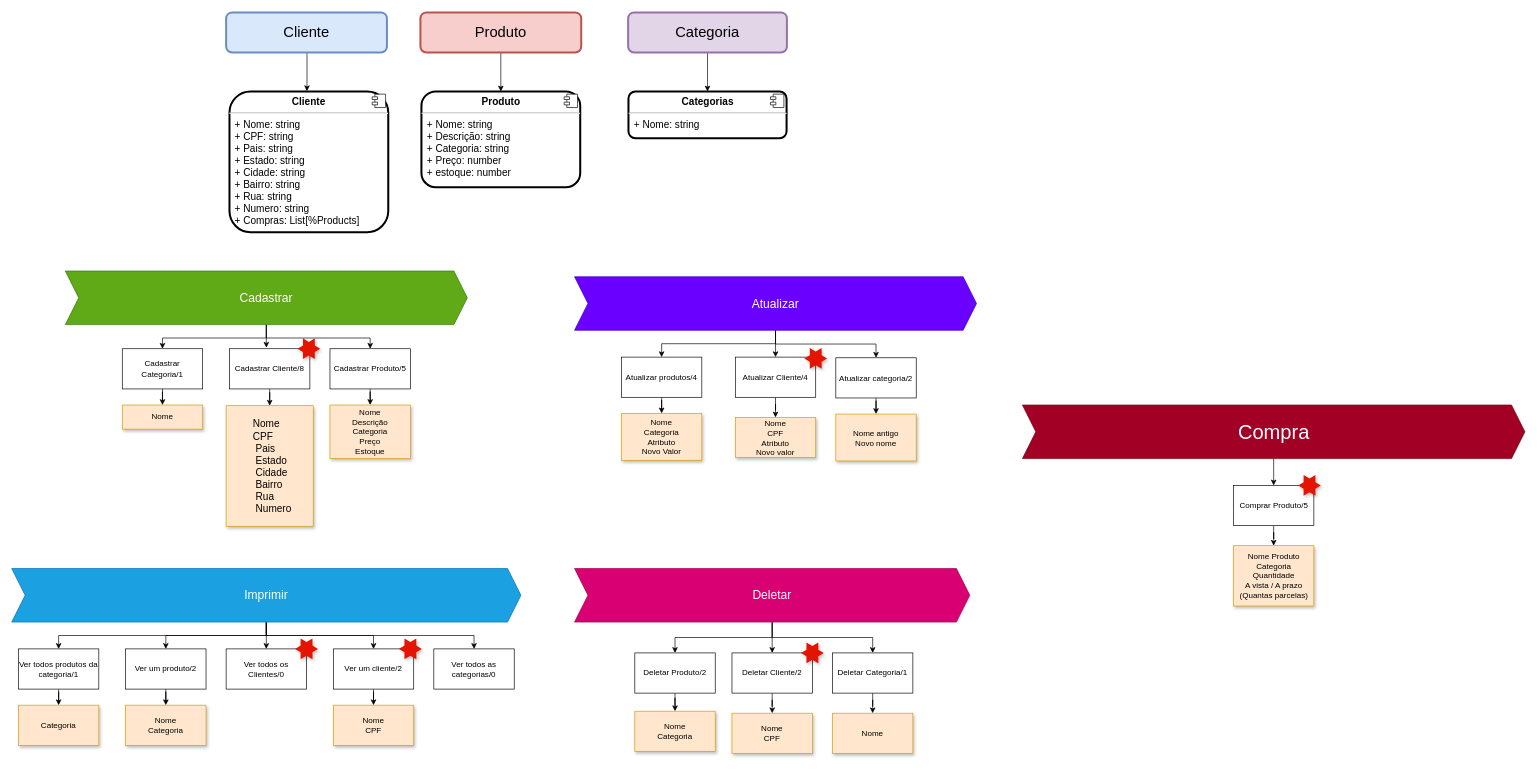
marlon-Symczecym/mini-ecommerce keeps this draw.io diagram as UML/project.drawio. Above is the earlier version. Source tidied: cells renumbered, new cells numbered last; positions are measured from the earlier drawing's top-left corner, leaving out a move shared by most shapes. Both pictures are drawn from the tidied source at 67%, with x=0, y=0 at pixel (11, 12).
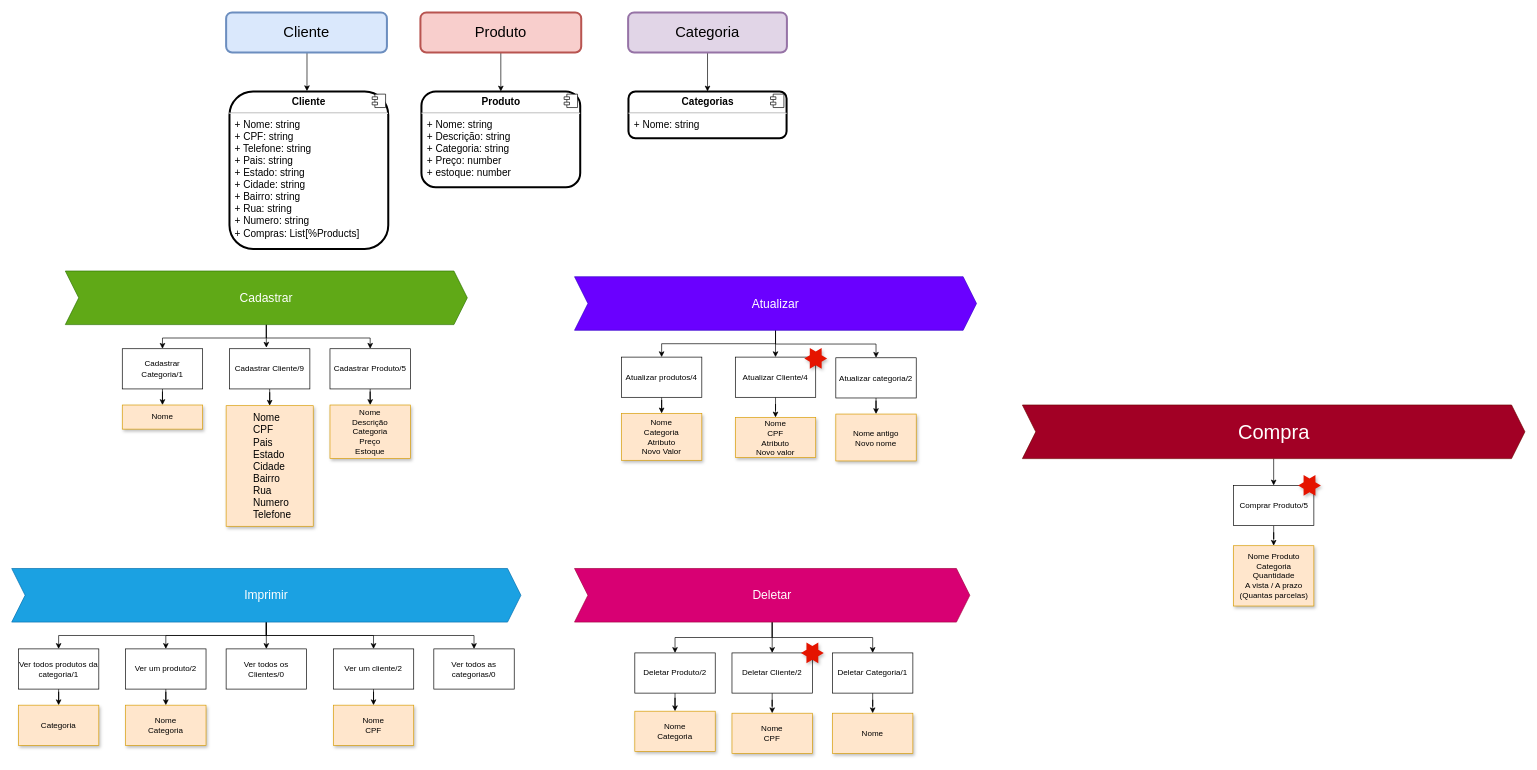
After the change.

The edit, as a diff of the source:
```diff
@@
-    <mxCell id="4" value="&lt;p style=&quot;margin: 6px 0px 0px ; text-align: center ; font-size: 15px&quot;&gt;&lt;b style=&quot;font-size: 15px&quot;&gt;Cliente&lt;/b&gt;&lt;/p&gt;&lt;hr style=&quot;font-size: 15px&quot;&gt;&lt;p style=&quot;margin: 0px 0px 0px 8px ; font-size: 15px&quot;&gt;+ Nome: string&lt;/p&gt;&lt;p style=&quot;margin: 0px 0px 0px 8px ; font-size: 15px&quot;&gt;+ CPF: string&lt;/p&gt;&lt;p style=&quot;margin: 0px 0px 0px 8px ; font-size: 15px&quot;&gt;+ Pais: string&lt;/p&gt;&lt;p style=&quot;margin: 0px 0px 0px 8px ; font-size: 15px&quot;&gt;+ Estado: string&lt;/p&gt;&lt;p style=&quot;margin: 0px 0px 0px 8px ; font-size: 15px&quot;&gt;+ Cidade: string&lt;/p&gt;&lt;p style=&quot;margin: 0px 0px 0px 8px ; font-size: 15px&quot;&gt;+ Bairro: string&lt;/p&gt;&lt;p style=&quot;margin: 0px 0px 0px 8px ; font-size: 15px&quot;&gt;+ Rua: string&lt;/p&gt;&lt;p style=&quot;margin: 0px 0px 0px 8px ; font-size: 15px&quot;&gt;+ Numero: string&lt;br style=&quot;font-size: 15px&quot;&gt;+ Compras: List[%Products]&lt;/p&gt;" style="align=left;overflow=fill;html=1;rounded=1;shadow=0;glass=0;comic=0;strokeWidth=3;gradientColor=none;fontSize=15;" parent="1" vertex="1">
-      <mxGeometry x="325" y="118" width="237" height="210" as="geometry" />
+    <mxCell id="4" value="&lt;p style=&quot;margin: 6px 0px 0px ; text-align: center ; font-size: 15px&quot;&gt;&lt;b style=&quot;font-size: 15px&quot;&gt;Cliente&lt;/b&gt;&lt;/p&gt;&lt;hr style=&quot;font-size: 15px&quot;&gt;&lt;p style=&quot;margin: 0px 0px 0px 8px ; font-size: 15px&quot;&gt;+ Nome: string&lt;/p&gt;&lt;p style=&quot;margin: 0px 0px 0px 8px ; font-size: 15px&quot;&gt;+ CPF: string&lt;/p&gt;&lt;p style=&quot;margin: 0px 0px 0px 8px ; font-size: 15px&quot;&gt;+ Telefone: string&lt;/p&gt;&lt;p style=&quot;margin: 0px 0px 0px 8px ; font-size: 15px&quot;&gt;+ Pais: string&lt;/p&gt;&lt;p style=&quot;margin: 0px 0px 0px 8px ; font-size: 15px&quot;&gt;+ Estado: string&lt;/p&gt;&lt;p style=&quot;margin: 0px 0px 0px 8px ; font-size: 15px&quot;&gt;+ Cidade: string&lt;/p&gt;&lt;p style=&quot;margin: 0px 0px 0px 8px ; font-size: 15px&quot;&gt;+ Bairro: string&lt;/p&gt;&lt;p style=&quot;margin: 0px 0px 0px 8px ; font-size: 15px&quot;&gt;+ Rua: string&lt;/p&gt;&lt;p style=&quot;margin: 0px 0px 0px 8px ; font-size: 15px&quot;&gt;+ Numero: string&lt;br style=&quot;font-size: 15px&quot;&gt;+ Compras: List[%Products]&lt;/p&gt;" style="align=left;overflow=fill;html=1;rounded=1;shadow=0;glass=0;comic=0;strokeWidth=3;gradientColor=none;fontSize=15;" parent="1" vertex="1">
+      <mxGeometry x="325" y="118" width="237" height="235" as="geometry" />
     </mxCell>
@@
-    <mxCell id="36" value="Cadastrar Cliente/8" style="rounded=0;whiteSpace=wrap;html=1;" parent="1" vertex="1">
+    <mxCell id="36" value="Cadastrar Cliente/9" style="rounded=0;whiteSpace=wrap;html=1;" parent="1" vertex="1">
       <mxGeometry x="325" y="502" width="120" height="60" as="geometry" />
     </mxCell>
-    <mxCell id="37" value="&lt;p style=&quot;font-size: 15px ; text-align: left ; white-space: nowrap ; margin: 0px 0px 0px 8px&quot;&gt;Nome&lt;/p&gt;&lt;p style=&quot;font-size: 15px ; text-align: left ; white-space: nowrap ; margin: 0px 0px 0px 8px&quot;&gt;CPF&lt;/p&gt;&lt;p style=&quot;font-size: 15px ; text-align: left ; white-space: nowrap ; margin: 0px 0px 0px 8px&quot;&gt;&amp;nbsp;Pais&lt;/p&gt;&lt;p style=&quot;font-size: 15px ; text-align: left ; white-space: nowrap ; margin: 0px 0px 0px 8px&quot;&gt;&amp;nbsp;Estado&lt;/p&gt;&lt;p style=&quot;font-size: 15px ; text-align: left ; white-space: nowrap ; margin: 0px 0px 0px 8px&quot;&gt;&amp;nbsp;Cidade&lt;/p&gt;&lt;p style=&quot;font-size: 15px ; text-align: left ; white-space: nowrap ; margin: 0px 0px 0px 8px&quot;&gt;&amp;nbsp;Bairro&lt;/p&gt;&lt;p style=&quot;font-size: 15px ; text-align: left ; white-space: nowrap ; margin: 0px 0px 0px 8px&quot;&gt;&amp;nbsp;Rua&lt;/p&gt;&lt;p style=&quot;font-size: 15px ; text-align: left ; white-space: nowrap ; margin: 0px 0px 0px 8px&quot;&gt;&amp;nbsp;Numero&lt;/p&gt;" style="rounded=0;whiteSpace=wrap;html=1;fillColor=#ffe6cc;strokeColor=#d79b00;gradientColor=none;glass=0;shadow=1;" parent="1" vertex="1">
+    <mxCell id="37" value="&lt;p style=&quot;font-size: 15px ; text-align: left ; white-space: nowrap ; margin: 0px 0px 0px 8px&quot;&gt;Nome&lt;/p&gt;&lt;p style=&quot;font-size: 15px ; text-align: left ; white-space: nowrap ; margin: 0px 0px 0px 8px&quot;&gt;CPF&lt;/p&gt;&lt;p style=&quot;font-size: 15px ; text-align: left ; white-space: nowrap ; margin: 0px 0px 0px 8px&quot;&gt;Pais&lt;/p&gt;&lt;p style=&quot;font-size: 15px ; text-align: left ; white-space: nowrap ; margin: 0px 0px 0px 8px&quot;&gt;Estado&lt;/p&gt;&lt;p style=&quot;font-size: 15px ; text-align: left ; white-space: nowrap ; margin: 0px 0px 0px 8px&quot;&gt;Cidade&lt;/p&gt;&lt;p style=&quot;font-size: 15px ; text-align: left ; white-space: nowrap ; margin: 0px 0px 0px 8px&quot;&gt;Bairro&lt;/p&gt;&lt;p style=&quot;font-size: 15px ; text-align: left ; white-space: nowrap ; margin: 0px 0px 0px 8px&quot;&gt;Rua&lt;/p&gt;&lt;p style=&quot;font-size: 15px ; text-align: left ; white-space: nowrap ; margin: 0px 0px 0px 8px&quot;&gt;Numero&lt;/p&gt;&lt;p style=&quot;font-size: 15px ; text-align: left ; white-space: nowrap ; margin: 0px 0px 0px 8px&quot;&gt;Telefone&lt;/p&gt;" style="rounded=0;whiteSpace=wrap;html=1;fillColor=#ffe6cc;strokeColor=#d79b00;gradientColor=none;glass=0;shadow=1;" parent="1" vertex="1">
       <mxGeometry x="320" y="587" width="130" height="180" as="geometry" />
     </mxCell>
@@
-    <mxCell id="75" style="verticalLabelPosition=bottom;verticalAlign=top;html=1;shape=mxgraph.basic.6_point_star;fillColor=#e51400;strokeColor=none;fontColor=#ffffff;gradientColor=none;shadow=1;" parent="1" vertex="1">
-      <mxGeometry x="426.5" y="486.5" width="34" height="31" as="geometry" />
-    </mxCell>
@@
-    <mxCell id="79" style="verticalLabelPosition=bottom;verticalAlign=top;html=1;shape=mxgraph.basic.6_point_star;fillColor=#e51400;strokeColor=none;fontColor=#ffffff;gradientColor=none;shadow=1;" parent="1" vertex="1">
-      <mxGeometry x="578" y="934.5" width="34" height="31" as="geometry" />
-    </mxCell>
-    <mxCell id="80" style="verticalLabelPosition=bottom;verticalAlign=top;html=1;shape=mxgraph.basic.6_point_star;fillColor=#e51400;strokeColor=none;fontColor=#ffffff;gradientColor=none;shadow=1;" parent="1" vertex="1">
-      <mxGeometry x="423" y="934.5" width="34" height="31" as="geometry" />
-    </mxCell>
```
